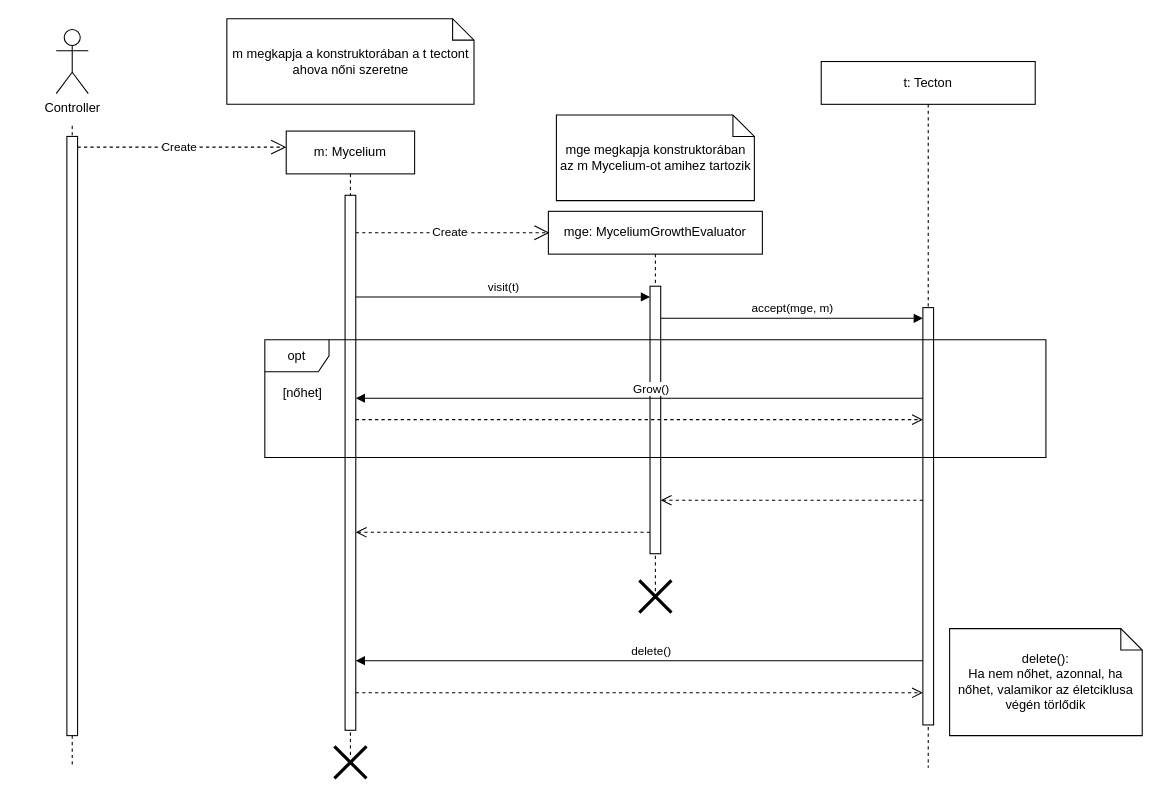
Before: page "MyceliumGrow" (2 of 12) of 6_szkeleton_beadasa/Szekvencia_Diagrammok.drawio in koharzsombor/bandITs, a draw.io diagram. Source tidied: cells renumbered, new cells numbered last; positions are measured from the earlier drawing's top-left corner, leaving out a move shared by most shapes. Both pictures are drawn from the tidied source at 107%, with x=0, y=0 at pixel (18, 18).
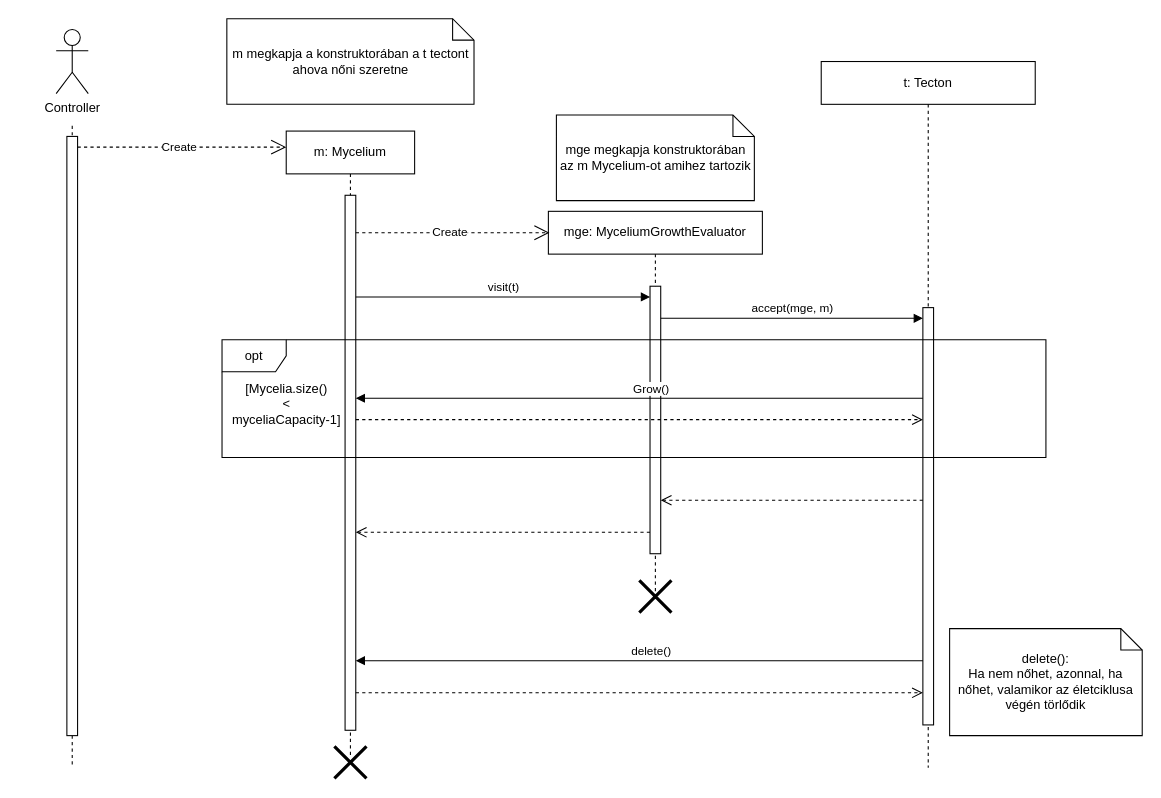
Above is the later version.

Change to the diagram source:
```diff
@@
     <mxCell id="15" value="opt" style="shape=umlFrame;whiteSpace=wrap;html=1;" parent="1" vertex="1">
-      <mxGeometry x="230" y="300" width="730" height="110" as="geometry" />
+      <mxGeometry x="190" y="300" width="770" height="110" as="geometry" />
     </mxCell>
-    <mxCell id="16" value="[nőhet]" style="text;html=1;align=center;verticalAlign=middle;" parent="1" vertex="1">
-      <mxGeometry x="235" y="335" width="60" height="30" as="geometry" />
+    <mxCell id="16" value="[Mycelia.size()&lt;div&gt;&amp;lt;&lt;div&gt;myceliaCapacity-1]&lt;/div&gt;&lt;/div&gt;" style="text;html=1;align=center;verticalAlign=middle;" parent="1" vertex="1">
+      <mxGeometry x="190" y="330" width="120" height="60" as="geometry" />
     </mxCell>
```
